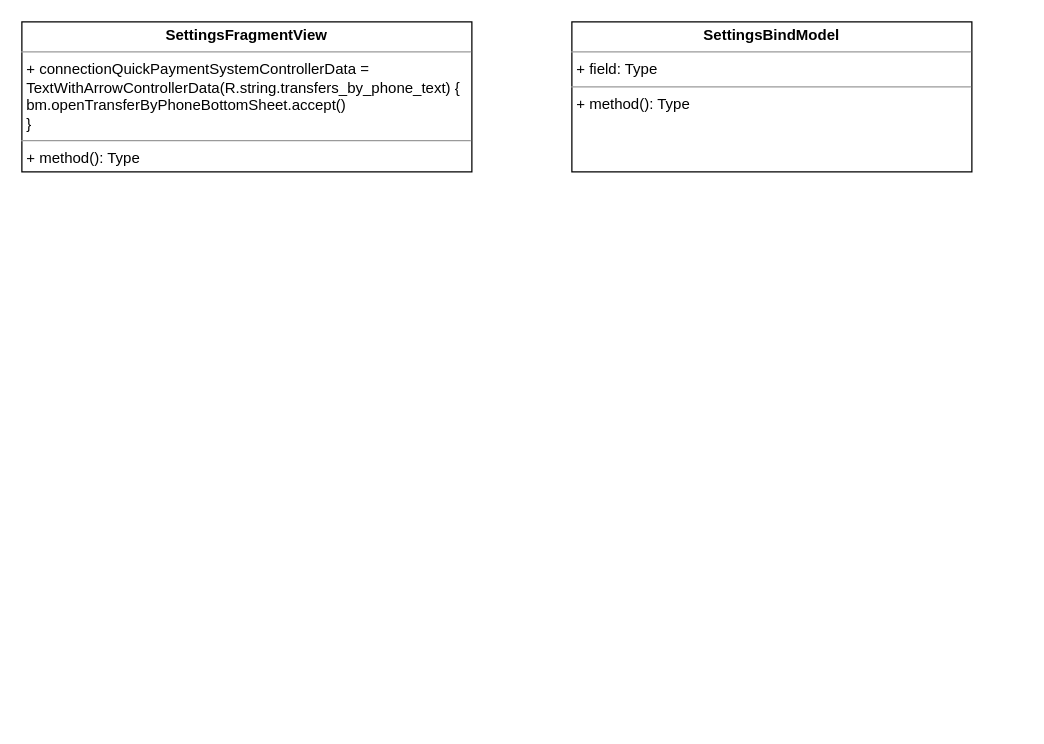
ShiryaevNikolay/diagrams keeps this draw.io diagram as UNI-15260.drawio. Above is the earlier version. Source tidied: cells renumbered, new cells numbered last; positions are measured from the earlier drawing's top-left corner, leaving out a move shared by most shapes. Both pictures are drawn from the tidied source at 125%, with x=0, y=0 at pixel (21, 21).
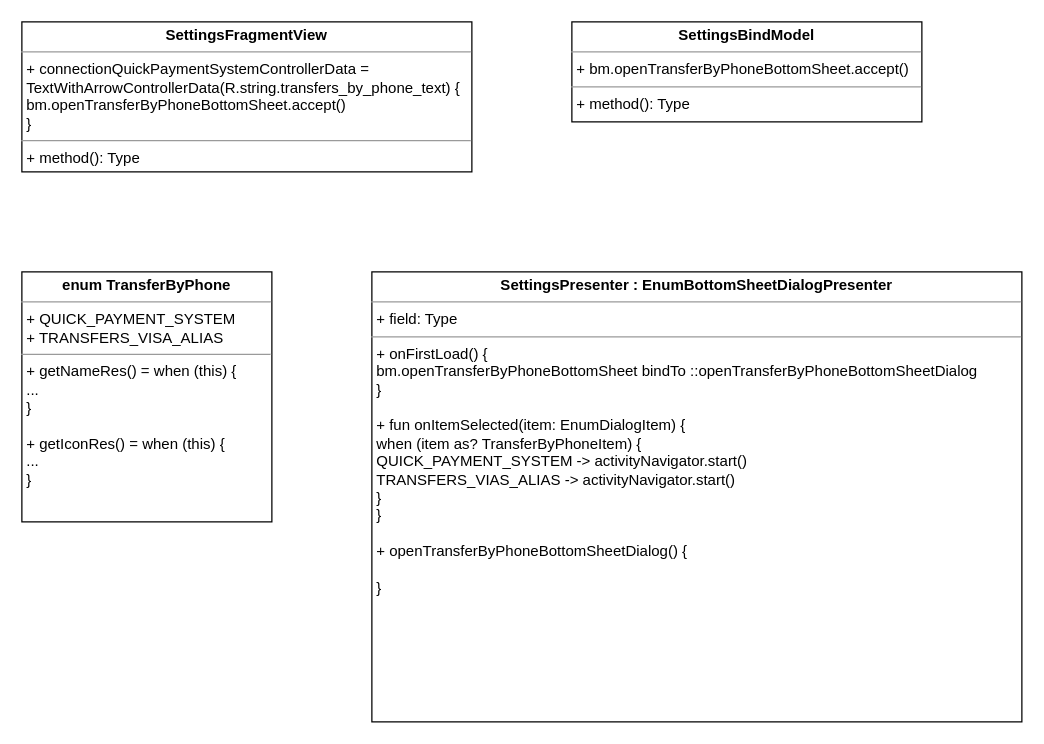
The same diagram, later.

What changed in the source:
```diff
@@
 <mxGraphModel>
   <root>
     <mxCell id="0" />
     <mxCell id="1" parent="0" />
     <mxCell id="2" value="&lt;p style=&quot;margin: 0px ; margin-top: 4px ; text-align: center&quot;&gt;&lt;b&gt;SettingsFragmentView&lt;/b&gt;&lt;/p&gt;&lt;hr size=&quot;1&quot;&gt;&lt;p style=&quot;margin: 0px ; margin-left: 4px&quot;&gt;+ connectionQuickPaymentSystemControllerData =&lt;/p&gt;&lt;p style=&quot;margin: 0px ; margin-left: 4px&quot;&gt;TextWithArrowControllerData(R.string.transfers_by_phone_text) { &lt;br&gt;&lt;/p&gt;&lt;p style=&quot;margin: 0px ; margin-left: 4px&quot;&gt;bm.openTransferByPhoneBottomSheet.accept()&lt;br&gt;&lt;/p&gt;&lt;p style=&quot;margin: 0px ; margin-left: 4px&quot;&gt;}&lt;br&gt;&lt;/p&gt;&lt;hr size=&quot;1&quot;&gt;&lt;p style=&quot;margin: 0px ; margin-left: 4px&quot;&gt;+ method(): Type&lt;/p&gt;" style="verticalAlign=top;align=left;overflow=fill;fontSize=12;fontFamily=Helvetica;html=1;" parent="1" vertex="1">
       <mxGeometry width="360" height="120" as="geometry" />
     </mxCell>
-    <mxCell id="3" value="&lt;p style=&quot;margin: 0px ; margin-top: 4px ; text-align: center&quot;&gt;&lt;b&gt;SettingsBindModel&lt;/b&gt;&lt;/p&gt;&lt;hr size=&quot;1&quot;&gt;&lt;p style=&quot;margin: 0px ; margin-left: 4px&quot;&gt;+ field: Type&lt;/p&gt;&lt;hr size=&quot;1&quot;&gt;&lt;p style=&quot;margin: 0px ; margin-left: 4px&quot;&gt;+ method(): Type&lt;/p&gt;" style="verticalAlign=top;align=left;overflow=fill;fontSize=12;fontFamily=Helvetica;html=1;" parent="1" vertex="1">
-      <mxGeometry x="440" width="320" height="120" as="geometry" />
+    <mxCell id="3" value="&lt;p style=&quot;margin: 0px ; margin-top: 4px ; text-align: center&quot;&gt;&lt;b&gt;SettingsBindModel&lt;/b&gt;&lt;/p&gt;&lt;hr size=&quot;1&quot;&gt;&lt;p style=&quot;margin: 0px ; margin-left: 4px&quot;&gt;+ bm.openTransferByPhoneBottomSheet.accept()&lt;/p&gt;&lt;hr size=&quot;1&quot;&gt;&lt;p style=&quot;margin: 0px ; margin-left: 4px&quot;&gt;+ method(): Type&lt;/p&gt;" style="verticalAlign=top;align=left;overflow=fill;fontSize=12;fontFamily=Helvetica;html=1;" parent="1" vertex="1">
+      <mxGeometry x="440" width="280" height="80" as="geometry" />
     </mxCell>
+    <mxCell id="4" value="&lt;p style=&quot;margin: 0px ; margin-top: 4px ; text-align: center&quot;&gt;&lt;b&gt;enum TransferByPhone&lt;/b&gt;&lt;/p&gt;&lt;hr size=&quot;1&quot;&gt;&lt;p style=&quot;margin: 0px ; margin-left: 4px&quot;&gt;+ QUICK_PAYMENT_SYSTEM&lt;/p&gt;&lt;p style=&quot;margin: 0px ; margin-left: 4px&quot;&gt;+ TRANSFERS_VISA_ALIAS&lt;br&gt;&lt;/p&gt;&lt;hr size=&quot;1&quot;&gt;&lt;p style=&quot;margin: 0px ; margin-left: 4px&quot;&gt;+ getNameRes() = when (this) {&lt;/p&gt;&lt;p style=&quot;margin: 0px ; margin-left: 4px&quot;&gt;...&lt;br&gt;&lt;/p&gt;&lt;p style=&quot;margin: 0px ; margin-left: 4px&quot;&gt;}&lt;/p&gt;&lt;p style=&quot;margin: 0px ; margin-left: 4px&quot;&gt;&lt;br&gt;&lt;/p&gt;&lt;p style=&quot;margin: 0px ; margin-left: 4px&quot;&gt;+ getIconRes() = when (this) {&lt;/p&gt;&lt;p style=&quot;margin: 0px ; margin-left: 4px&quot;&gt;...&lt;br&gt;&lt;/p&gt;&lt;p style=&quot;margin: 0px ; margin-left: 4px&quot;&gt;}&lt;br&gt;&lt;/p&gt;" style="verticalAlign=top;align=left;overflow=fill;fontSize=12;fontFamily=Helvetica;html=1;" parent="1" vertex="1">
+      <mxGeometry y="200" width="200" height="200" as="geometry" />
+    </mxCell>
+    <mxCell id="5" value="&lt;p style=&quot;margin: 0px ; margin-top: 4px ; text-align: center&quot;&gt;&lt;b&gt;SettingsPresenter : EnumBottomSheetDialogPresenter&lt;br&gt;&lt;/b&gt;&lt;/p&gt;&lt;hr size=&quot;1&quot;&gt;&lt;p style=&quot;margin: 0px ; margin-left: 4px&quot;&gt;+ field: Type&lt;/p&gt;&lt;hr size=&quot;1&quot;&gt;&lt;p style=&quot;margin: 0px ; margin-left: 4px&quot;&gt;+ onFirstLoad() {&lt;/p&gt;&lt;p style=&quot;margin: 0px ; margin-left: 4px&quot;&gt;bm.openTransferByPhoneBottomSheet bindTo ::openTransferByPhoneBottomSheetDialog&lt;br&gt;&lt;/p&gt;&lt;p style=&quot;margin: 0px ; margin-left: 4px&quot;&gt;}&lt;br&gt;&lt;/p&gt;&lt;p style=&quot;margin: 0px ; margin-left: 4px&quot;&gt;&lt;br&gt;&lt;/p&gt;&lt;p style=&quot;margin: 0px ; margin-left: 4px&quot;&gt;+ fun onItemSelected(item: EnumDialogItem) {&lt;/p&gt;&lt;p style=&quot;margin: 0px ; margin-left: 4px&quot;&gt;when (item as? TransferByPhoneItem) {&lt;/p&gt;&lt;p style=&quot;margin: 0px ; margin-left: 4px&quot;&gt;QUICK_PAYMENT_SYSTEM -&amp;gt; activityNavigator.start()&lt;/p&gt;&lt;p style=&quot;margin: 0px ; margin-left: 4px&quot;&gt;TRANSFERS_VIAS_ALIAS -&amp;gt; activityNavigator.start()&lt;br&gt;&lt;/p&gt;&lt;p style=&quot;margin: 0px ; margin-left: 4px&quot;&gt;}&lt;br&gt;&lt;/p&gt;&lt;p style=&quot;margin: 0px ; margin-left: 4px&quot;&gt;}&lt;/p&gt;&lt;p style=&quot;margin: 0px ; margin-left: 4px&quot;&gt;&lt;br&gt;&lt;/p&gt;&lt;p style=&quot;margin: 0px ; margin-left: 4px&quot;&gt;+ openTransferByPhoneBottomSheetDialog() {&lt;/p&gt;&lt;p style=&quot;margin: 0px ; margin-left: 4px&quot;&gt;&lt;br&gt;&lt;/p&gt;&lt;p style=&quot;margin: 0px ; margin-left: 4px&quot;&gt;}&lt;br&gt;&lt;/p&gt;" style="verticalAlign=top;align=left;overflow=fill;fontSize=12;fontFamily=Helvetica;html=1;" parent="1" vertex="1">
+      <mxGeometry x="280" y="200" width="520" height="360" as="geometry" />
+    </mxCell>
   </root>
 </mxGraphModel>
```
